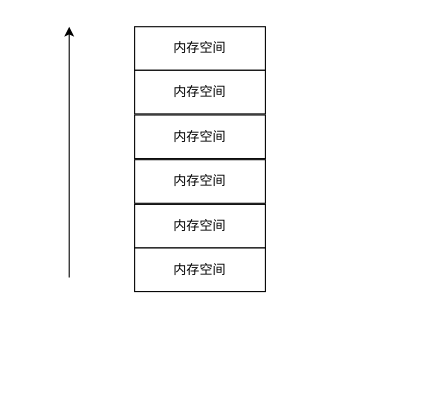
The draw.io diagram 程序分布.drawio in ZhouQuan-7237/123, before the edit. Source tidied: cells renumbered, new cells numbered last; positions are measured from the earlier drawing's top-left corner, leaving out a move shared by most shapes. Both pictures are drawn from the tidied source at 109%, with x=0, y=0 at pixel (69, 26).
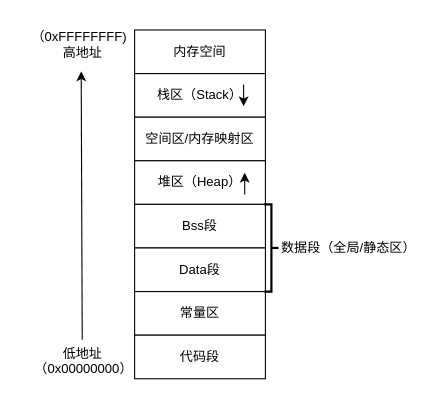
After the change.

Commit message:
更新程序分布.drawio

What changed in the source:
```diff
@@
     <mxCell id="2" value="内存空间" style="rounded=0;whiteSpace=wrap;html=1;" parent="1" vertex="1">
-      <mxGeometry x="60" width="120" height="40" as="geometry" />
+      <mxGeometry x="60" y="3" width="120" height="40" as="geometry" />
     </mxCell>
-    <mxCell id="3" style="endArrow=classic;html=1;rounded=0;" parent="1" edge="1">
+    <mxCell id="3" style="endArrow=classic;html=1;rounded=0;exitX=0.499;exitY=0.071;exitDx=0;exitDy=0;exitPerimeter=0;" parent="1" edge="1" source="13">
       <mxGeometry relative="1" as="geometry">
-        <mxPoint y="230" as="sourcePoint" />
-        <mxPoint as="targetPoint" />
+        <mxPoint x="11" y="41" as="targetPoint" />
       </mxGeometry>
     </mxCell>
-    <mxCell id="4" value="内存空间" style="rounded=0;whiteSpace=wrap;html=1;" parent="1" vertex="1">
-      <mxGeometry x="60" y="40" width="120" height="40" as="geometry" />
+    <mxCell id="4" value="栈区（Stack）" style="rounded=0;whiteSpace=wrap;html=1;" parent="1" vertex="1">
+      <mxGeometry x="60" y="43" width="120" height="40" as="geometry" />
     </mxCell>
-    <mxCell id="5" value="内存空间" style="rounded=0;whiteSpace=wrap;html=1;" parent="1" vertex="1">
-      <mxGeometry x="60" y="81" width="120" height="40" as="geometry" />
+    <mxCell id="5" value="空间区/内存映射区" style="rounded=0;whiteSpace=wrap;html=1;" parent="1" vertex="1">
+      <mxGeometry x="60" y="83" width="120" height="40" as="geometry" />
     </mxCell>
-    <mxCell id="6" value="内存空间" style="rounded=0;whiteSpace=wrap;html=1;" parent="1" vertex="1">
-      <mxGeometry x="60" y="122" width="120" height="40" as="geometry" />
+    <mxCell id="6" value="堆区（Heap&lt;span style=&quot;background-color: transparent; color: light-dark(rgb(0, 0, 0), rgb(255, 255, 255));&quot;&gt;）&lt;/span&gt;" style="rounded=0;whiteSpace=wrap;html=1;" parent="1" vertex="1">
+      <mxGeometry x="60" y="123" width="120" height="40" as="geometry" />
     </mxCell>
-    <mxCell id="7" value="内存空间" style="rounded=0;whiteSpace=wrap;html=1;" parent="1" vertex="1">
+    <mxCell id="7" value="Bss段" style="rounded=0;whiteSpace=wrap;html=1;" parent="1" vertex="1">
       <mxGeometry x="60" y="163" width="120" height="40" as="geometry" />
     </mxCell>
-    <mxCell id="8" value="内存空间" style="rounded=0;whiteSpace=wrap;html=1;" parent="1" vertex="1">
+    <mxCell id="8" value="Data段" style="rounded=0;whiteSpace=wrap;html=1;" parent="1" vertex="1">
       <mxGeometry x="60" y="203" width="120" height="40" as="geometry" />
     </mxCell>
+    <mxCell id="9" value="常量区" style="rounded=0;whiteSpace=wrap;html=1;" parent="1" vertex="1">
+      <mxGeometry x="60" y="243" width="120" height="40" as="geometry" />
+    </mxCell>
+    <mxCell id="10" value="高地址" style="text;html=1;align=center;verticalAlign=middle;strokeColor=none;fillColor=none;" parent="1" vertex="1">
+      <mxGeometry x="-18" y="9" width="60" height="30" as="geometry" />
+    </mxCell>
+    <mxCell id="11" style="endArrow=classic;html=1;rounded=0;" parent="1" edge="1">
+      <mxGeometry relative="1" as="geometry">
+        <mxPoint x="160" y="53" as="sourcePoint" />
+        <mxPoint x="160" y="73" as="targetPoint" />
+      </mxGeometry>
+    </mxCell>
+    <mxCell id="12" style="endArrow=classic;html=1;rounded=0;" parent="1" edge="1">
+      <mxGeometry relative="1" as="geometry">
+        <mxPoint x="161" y="154" as="sourcePoint" />
+        <mxPoint x="161" y="134" as="targetPoint" />
+      </mxGeometry>
+    </mxCell>
+    <mxCell id="13" value="低地址" style="text;html=1;align=center;verticalAlign=middle;points=[];strokeColor=none;fillColor=none;" parent="1" vertex="1">
+      <mxGeometry x="-18" y="285" width="60" height="30" as="geometry" />
+    </mxCell>
+    <mxCell id="14" value="代码段" style="rounded=0;whiteSpace=wrap;html=1;" parent="1" vertex="1">
+      <mxGeometry x="60" y="283" width="120" height="40" as="geometry" />
+    </mxCell>
+    <mxCell id="15" style="strokeWidth=2;html=1;shape=mxgraph.flowchart.annotation_2;align=left;labelPosition=right;direction=west;" parent="1" vertex="1">
+      <mxGeometry x="179" y="163" width="13" height="80" as="geometry" />
+    </mxCell>
+    <mxCell id="16" value="数据段（全局/静态区）" style="text;html=1;align=center;verticalAlign=middle;strokeColor=none;fillColor=none;" parent="1" vertex="1">
+      <mxGeometry x="181" y="188" width="150" height="30" as="geometry" />
+    </mxCell>
+    <mxCell id="17" value="（0xFFFFFFFF)" style="text;html=1;align=center;verticalAlign=middle;strokeColor=none;fillColor=none;" parent="1" vertex="1">
+      <mxGeometry x="-46" y="-5" width="110" height="30" as="geometry" />
+    </mxCell>
+    <mxCell id="18" value="（0x00000000）" style="text;html=1;align=center;verticalAlign=middle;strokeColor=none;fillColor=none;" parent="1" vertex="1">
+      <mxGeometry x="-42" y="299" width="110" height="30" as="geometry" />
+    </mxCell>
```
